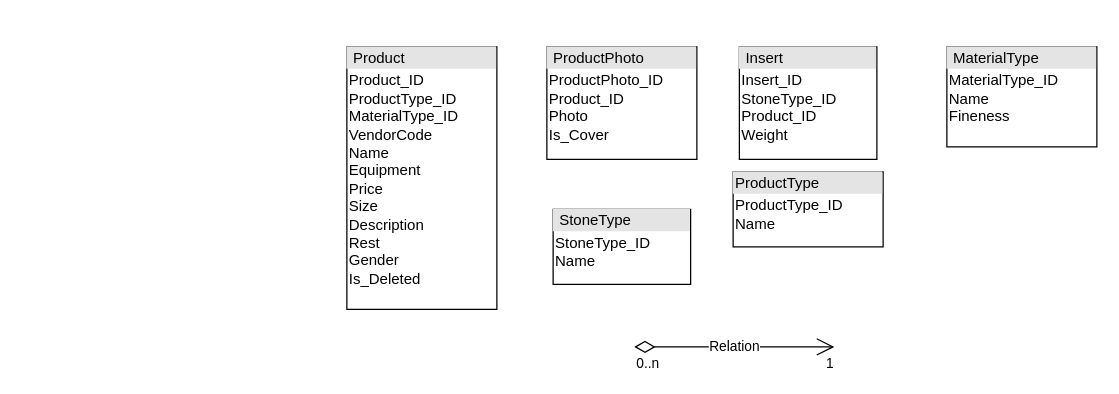
The draw.io diagram Диаграмма без названия.drawio in omelchenkopete/SA, before the edit. Source tidied: cells renumbered, new cells numbered last; positions are measured from the earlier drawing's top-left corner, leaving out a move shared by most shapes. Both pictures are drawn from the tidied source at 125%, with x=0, y=0 at pixel (346, 46).
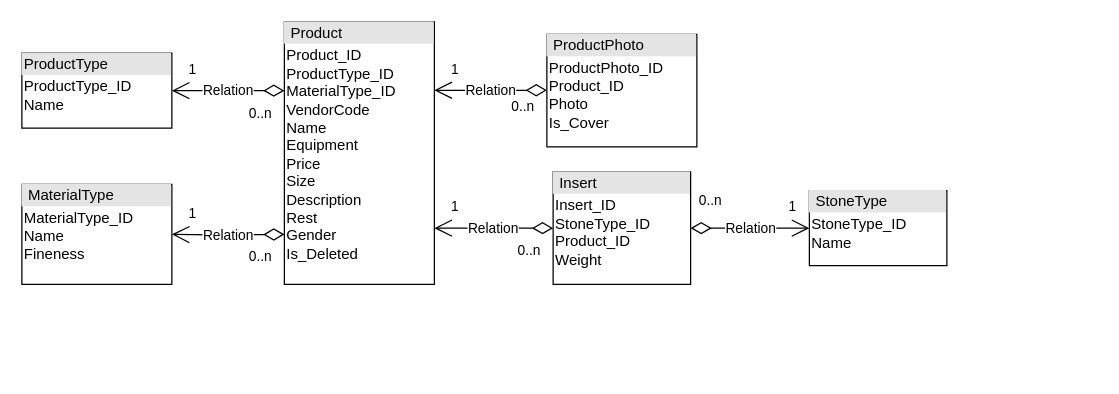
The same diagram, later.

Change to the diagram source:
```diff
@@
     <mxCell id="2" value="&lt;div style=&quot;box-sizing:border-box;width:100%;background:#e4e4e4;padding:2px;&quot;&gt;&amp;nbsp;Product&lt;/div&gt;&lt;table style=&quot;width:100%;font-size:1em;&quot; cellpadding=&quot;2&quot; cellspacing=&quot;0&quot;&gt;&lt;tbody&gt;&lt;tr&gt;&lt;td&gt;Product_ID&lt;br&gt;ProductType_ID&lt;br&gt;MaterialType_ID&lt;br&gt;VendorCode&lt;br&gt;Name&lt;br&gt;Equipment&lt;br&gt;Price&lt;br&gt;Size&lt;br&gt;Description&lt;br&gt;Rest&lt;br&gt;Gender&lt;br&gt;Is_Deleted&lt;br&gt;&lt;/td&gt;&lt;td&gt;&lt;/td&gt;&lt;/tr&gt;&lt;/tbody&gt;&lt;/table&gt;" style="verticalAlign=top;align=left;overflow=fill;html=1;whiteSpace=wrap;strokeColor=default;gradientColor=none;fillColor=default;rounded=0;glass=0;shadow=0;noLabel=0;fixDash=0;enumerate=0;comic=0;" parent="1" vertex="1">
-      <mxGeometry width="120" height="210" as="geometry" />
+      <mxGeometry x="-50" y="-20" width="120" height="210" as="geometry" />
     </mxCell>
     <mxCell id="3" value="&lt;div style=&quot;box-sizing:border-box;width:100%;background:#e4e4e4;padding:2px;&quot;&gt;&amp;nbsp;ProductPhoto&lt;/div&gt;&lt;table style=&quot;width:100%;font-size:1em;&quot; cellpadding=&quot;2&quot; cellspacing=&quot;0&quot;&gt;&lt;tbody&gt;&lt;tr&gt;&lt;td&gt;ProductPhoto_ID&lt;br&gt;Product_ID&lt;br&gt;Photo&lt;br&gt;Is_Cover&lt;br&gt;&lt;/td&gt;&lt;td&gt;&lt;/td&gt;&lt;/tr&gt;&lt;/tbody&gt;&lt;/table&gt;" style="verticalAlign=top;align=left;overflow=fill;html=1;whiteSpace=wrap;strokeColor=default;gradientColor=none;fillColor=default;rounded=0;glass=0;shadow=0;noLabel=0;fixDash=0;enumerate=0;comic=0;" parent="1" vertex="1">
-      <mxGeometry x="160" width="120" height="90" as="geometry" />
+      <mxGeometry x="160" y="-10" width="120" height="90" as="geometry" />
     </mxCell>
     <mxCell id="4" value="&lt;div style=&quot;box-sizing:border-box;width:100%;background:#e4e4e4;padding:2px;&quot;&gt;&amp;nbsp;Insert&lt;/div&gt;&lt;table style=&quot;width:100%;font-size:1em;&quot; cellpadding=&quot;2&quot; cellspacing=&quot;0&quot;&gt;&lt;tbody&gt;&lt;tr&gt;&lt;td&gt;Insert_ID&lt;br&gt;StoneType_ID&lt;br&gt;Product_ID&lt;br&gt;Weight&lt;br&gt;&lt;/td&gt;&lt;td&gt;&lt;/td&gt;&lt;/tr&gt;&lt;/tbody&gt;&lt;/table&gt;" style="verticalAlign=top;align=left;overflow=fill;html=1;whiteSpace=wrap;strokeColor=default;gradientColor=none;fillColor=default;rounded=0;glass=0;shadow=0;noLabel=0;portConstraintRotation=0;snapToPoint=0;fixDash=0;enumerate=0;comic=0;" parent="1" vertex="1">
-      <mxGeometry x="314" width="110" height="90" as="geometry" />
+      <mxGeometry x="165" y="100" width="110" height="90" as="geometry" />
     </mxCell>
     <mxCell id="5" value="&lt;div style=&quot;box-sizing:border-box;width:100%;background:#e4e4e4;padding:2px;&quot;&gt;&amp;nbsp;StoneType&lt;/div&gt;&lt;table style=&quot;width:100%;font-size:1em;&quot; cellpadding=&quot;2&quot; cellspacing=&quot;0&quot;&gt;&lt;tbody&gt;&lt;tr&gt;&lt;td&gt;StoneType_ID&lt;br&gt;Name&lt;br&gt;&lt;/td&gt;&lt;td&gt;&lt;/td&gt;&lt;/tr&gt;&lt;/tbody&gt;&lt;/table&gt;" style="verticalAlign=top;align=left;overflow=fill;html=1;whiteSpace=wrap;strokeColor=default;gradientColor=none;fillColor=default;rounded=0;glass=0;shadow=0;noLabel=0;portConstraintRotation=0;snapToPoint=0;fixDash=0;enumerate=0;comic=0;" parent="1" vertex="1">
-      <mxGeometry x="165" y="130" width="110" height="60" as="geometry" />
+      <mxGeometry x="370" y="115" width="110" height="60" as="geometry" />
     </mxCell>
     <mxCell id="6" value="&lt;div style=&quot;box-sizing:border-box;width:100%;background:#e4e4e4;padding:2px;&quot;&gt;ProductType&lt;/div&gt;&lt;table style=&quot;width:100%;font-size:1em;&quot; cellpadding=&quot;2&quot; cellspacing=&quot;0&quot;&gt;&lt;tbody&gt;&lt;tr&gt;&lt;td&gt;ProductType_ID&lt;br&gt;Name&lt;br&gt;&lt;/td&gt;&lt;td&gt;&lt;/td&gt;&lt;/tr&gt;&lt;/tbody&gt;&lt;/table&gt;" style="verticalAlign=top;align=left;overflow=fill;html=1;whiteSpace=wrap;strokeColor=default;gradientColor=none;fillColor=default;rounded=0;glass=0;shadow=0;noLabel=0;portConstraintRotation=0;snapToPoint=0;fixDash=0;enumerate=0;comic=0;" parent="1" vertex="1">
-      <mxGeometry x="309" y="100" width="120" height="60" as="geometry" />
+      <mxGeometry x="-260" y="5" width="120" height="60" as="geometry" />
     </mxCell>
     <mxCell id="7" value="&lt;div style=&quot;box-sizing:border-box;width:100%;background:#e4e4e4;padding:2px;&quot;&gt;&amp;nbsp;MaterialType&lt;/div&gt;&lt;table style=&quot;width:100%;font-size:1em;&quot; cellpadding=&quot;2&quot; cellspacing=&quot;0&quot;&gt;&lt;tbody&gt;&lt;tr&gt;&lt;td&gt;MaterialType_ID&lt;br&gt;Name&lt;br&gt;Fineness&lt;br&gt;&lt;/td&gt;&lt;td&gt;&lt;/td&gt;&lt;/tr&gt;&lt;/tbody&gt;&lt;/table&gt;" style="verticalAlign=top;align=left;overflow=fill;html=1;whiteSpace=wrap;strokeColor=default;gradientColor=none;fillColor=default;rounded=0;glass=0;shadow=0;noLabel=0;portConstraintRotation=0;snapToPoint=0;fixDash=0;enumerate=0;comic=0;" parent="1" vertex="1">
-      <mxGeometry x="480" width="120" height="80" as="geometry" />
+      <mxGeometry x="-260" y="110" width="120" height="80" as="geometry" />
     </mxCell>
     <mxCell id="8" value="Relation" style="endArrow=open;html=1;endSize=12;startArrow=diamondThin;startSize=14;startFill=0;edgeStyle=orthogonalEdgeStyle;rounded=0;" parent="1" edge="1">
       <mxGeometry relative="1" as="geometry">
-        <mxPoint x="230" y="240" as="sourcePoint" />
-        <mxPoint x="390" y="240" as="targetPoint" />
+        <mxPoint x="160" y="34.7" as="sourcePoint" />
+        <mxPoint x="70" y="34.7" as="targetPoint" />
+        <Array as="points">
+          <mxPoint x="111" y="34.5" />
+        </Array>
       </mxGeometry>
     </mxCell>
     <mxCell id="9" value="0..n" style="edgeLabel;html=1;align=left;verticalAlign=top;" parent="8" vertex="1">
-      <mxGeometry x="-1" relative="1" as="geometry" />
+      <mxGeometry x="-1" relative="1" as="geometry">
+        <mxPoint x="-30" as="offset" />
+      </mxGeometry>
     </mxCell>
     <mxCell id="10" value="1" style="edgeLabel;html=1;align=right;verticalAlign=top;" parent="8" vertex="1">
-      <mxGeometry x="1" relative="1" as="geometry" />
+      <mxGeometry x="1" relative="1" as="geometry">
+        <mxPoint x="20" y="-30" as="offset" />
+      </mxGeometry>
     </mxCell>
+    <mxCell id="11" value="Relation" style="endArrow=open;html=1;endSize=12;startArrow=diamondThin;startSize=14;startFill=0;edgeStyle=orthogonalEdgeStyle;rounded=0;" parent="1" edge="1" source="4">
+      <mxGeometry relative="1" as="geometry">
+        <mxPoint x="70" y="145" as="targetPoint" />
+        <Array as="points">
+          <mxPoint x="100" y="145" />
+          <mxPoint x="100" y="145" />
+        </Array>
+      </mxGeometry>
+    </mxCell>
+    <mxCell id="12" value="0..n" style="edgeLabel;html=1;align=left;verticalAlign=top;" parent="11" vertex="1">
+      <mxGeometry x="-1" relative="1" as="geometry">
+        <mxPoint x="-30" y="5" as="offset" />
+      </mxGeometry>
+    </mxCell>
+    <mxCell id="13" value="1" style="edgeLabel;html=1;align=right;verticalAlign=top;" parent="11" vertex="1">
+      <mxGeometry x="1" relative="1" as="geometry">
+        <mxPoint x="20" y="-30" as="offset" />
+      </mxGeometry>
+    </mxCell>
+    <mxCell id="14" value="Relation" style="endArrow=open;html=1;endSize=12;startArrow=diamondThin;startSize=14;startFill=0;edgeStyle=orthogonalEdgeStyle;rounded=0;" parent="1" edge="1" target="6">
+      <mxGeometry relative="1" as="geometry">
+        <mxPoint x="-50" y="35" as="sourcePoint" />
+        <Array as="points">
+          <mxPoint x="-80" y="35" />
+          <mxPoint x="-80" y="35" />
+        </Array>
+      </mxGeometry>
+    </mxCell>
+    <mxCell id="15" value="0..n" style="edgeLabel;html=1;align=left;verticalAlign=top;" parent="14" vertex="1">
+      <mxGeometry x="-1" relative="1" as="geometry">
+        <mxPoint x="-30" y="5" as="offset" />
+      </mxGeometry>
+    </mxCell>
+    <mxCell id="16" value="1" style="edgeLabel;html=1;align=right;verticalAlign=top;" parent="14" vertex="1">
+      <mxGeometry x="1" relative="1" as="geometry">
+        <mxPoint x="20" y="-30" as="offset" />
+      </mxGeometry>
+    </mxCell>
+    <mxCell id="17" value="Relation" style="endArrow=open;html=1;endSize=12;startArrow=diamondThin;startSize=14;startFill=0;edgeStyle=orthogonalEdgeStyle;rounded=0;" parent="1" edge="1" target="7">
+      <mxGeometry relative="1" as="geometry">
+        <mxPoint x="-50" y="150" as="sourcePoint" />
+      </mxGeometry>
+    </mxCell>
+    <mxCell id="18" value="0..n" style="edgeLabel;html=1;align=left;verticalAlign=top;" parent="17" vertex="1">
+      <mxGeometry x="-1" relative="1" as="geometry">
+        <mxPoint x="-30" y="5" as="offset" />
+      </mxGeometry>
+    </mxCell>
+    <mxCell id="19" value="1" style="edgeLabel;html=1;align=right;verticalAlign=top;" parent="17" vertex="1">
+      <mxGeometry x="1" relative="1" as="geometry">
+        <mxPoint x="20" y="-30" as="offset" />
+      </mxGeometry>
+    </mxCell>
+    <mxCell id="20" value="Relation" style="endArrow=open;html=1;endSize=12;startArrow=diamondThin;startSize=14;startFill=0;edgeStyle=orthogonalEdgeStyle;rounded=0;" parent="1" edge="1" source="4" target="5">
+      <mxGeometry relative="1" as="geometry" />
+    </mxCell>
+    <mxCell id="21" value="0..n" style="edgeLabel;html=1;align=left;verticalAlign=top;" parent="20" vertex="1">
+      <mxGeometry x="-1" relative="1" as="geometry">
+        <mxPoint x="5" y="-35" as="offset" />
+      </mxGeometry>
+    </mxCell>
+    <mxCell id="22" value="1" style="edgeLabel;html=1;align=right;verticalAlign=top;" parent="20" vertex="1">
+      <mxGeometry x="1" relative="1" as="geometry">
+        <mxPoint x="-10" y="-30" as="offset" />
+      </mxGeometry>
+    </mxCell>
```
